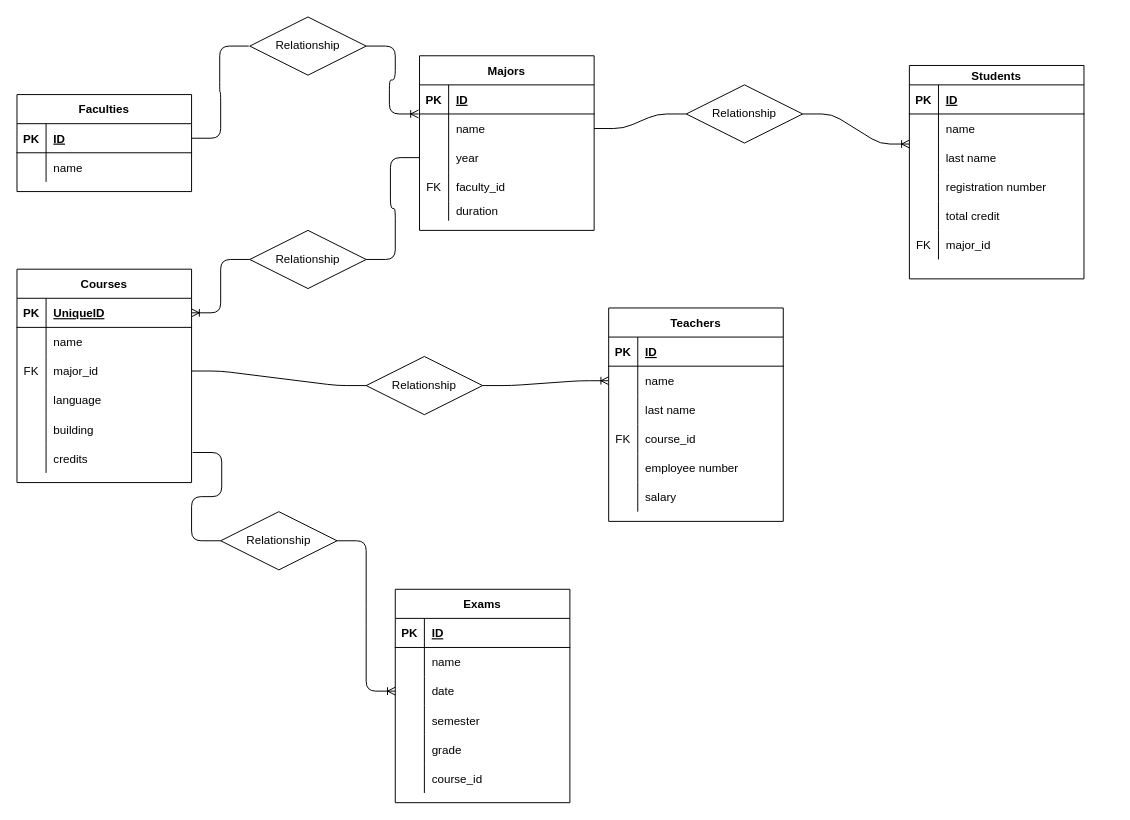
Earlier version of the draw.io diagram db-university.drawio (Gbelda/db-university). Source tidied: cells renumbered, new cells numbered last; positions are measured from the earlier drawing's top-left corner, leaving out a move shared by most shapes. Both pictures are drawn from the tidied source at 97%, with x=0, y=0 at pixel (16, 16).
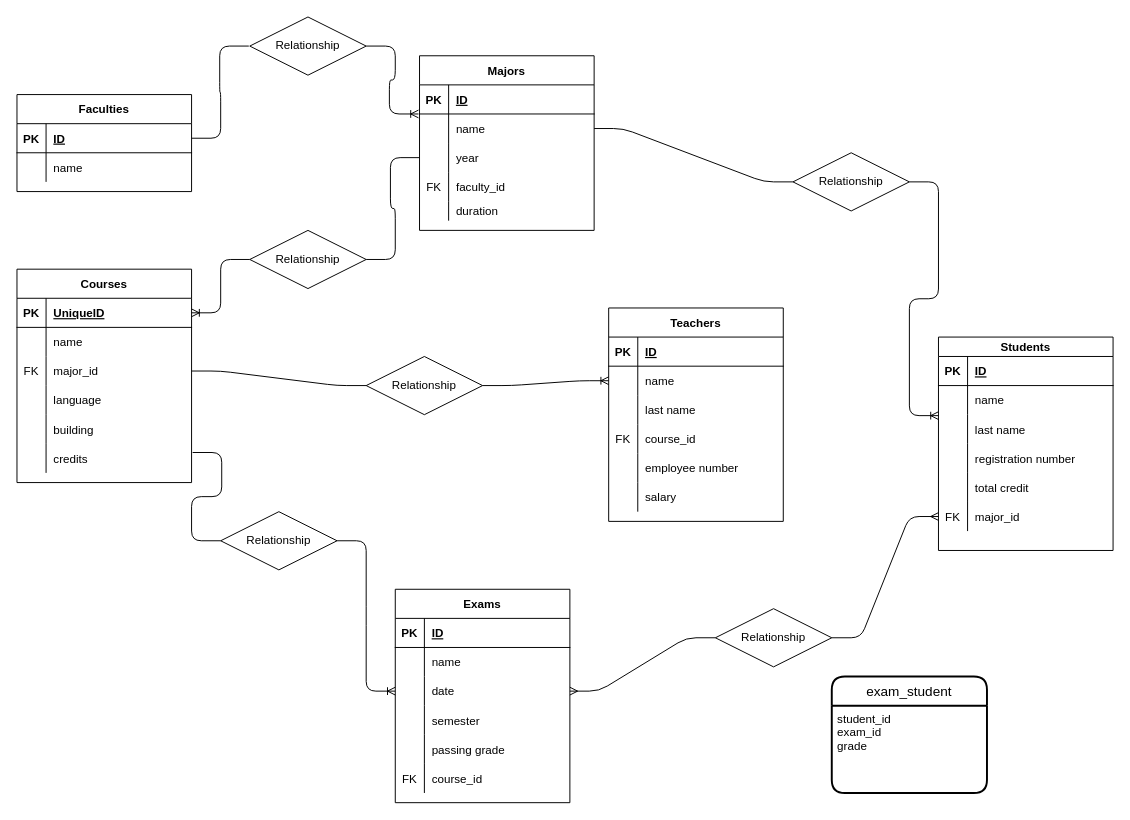
After the change.

Commit message:
connected exams with student as many to many relationship

The change refers to these unchanged cells:
```xml
<mxCell id="18" style="shape=partialRectangle;fillColor=none;top=0;left=0;bottom=0;right=0;points=[[0,0.5],[1,0.5]];portConstraint=eastwest;" parent="2" vertex="1">
  <mxGeometry y="170" width="180" height="30" as="geometry" />
</mxCell>
<mxCell id="89" style="shape=partialRectangle;fillColor=none;top=0;left=0;bottom=0;right=0;points=[[0,0.5],[1,0.5]];portConstraint=eastwest;" parent="82" vertex="1">
  <mxGeometry y="90" width="180" height="30" as="geometry" />
</mxCell>
<mxCell id="95" style="shape=partialRectangle;fillColor=none;top=0;left=0;bottom=0;right=0;" parent="82" vertex="1">
  <mxGeometry y="150" width="180" height="30" as="geometry" />
</mxCell>
<mxCell id="98" style="shape=partialRectangle;fillColor=none;top=0;left=0;bottom=0;right=0;" parent="82" vertex="1">
  <mxGeometry y="180" width="180" height="30" as="geometry" />
</mxCell>
```

The edit, as a diff of the source:
```diff
@@
     <mxCell id="2" value="Students" style="shape=table;startSize=20;childLayout=tableLayout;rowLines=0;fontStyle=1;align=center;" parent="1" vertex="1">
-      <mxGeometry x="920" y="50" width="180" height="220" as="geometry" />
+      <mxGeometry x="950" y="330" width="180" height="220" as="geometry" />
     </mxCell>
@@
-    <mxCell id="97" value="grade" style="shape=partialRectangle;fillColor=none;top=0;left=0;bottom=0;right=0;align=left;spacingLeft=6;overflow=hidden;" parent="95" vertex="1">
+    <mxCell id="97" value="passing grade" style="shape=partialRectangle;fillColor=none;top=0;left=0;bottom=0;right=0;align=left;spacingLeft=6;overflow=hidden;" parent="95" vertex="1">
       <mxGeometry x="30" width="150" height="30" as="geometry" />
     </mxCell>
@@
-    <mxCell id="99" style="shape=partialRectangle;fillColor=none;top=0;left=0;bottom=0;right=0;overflow=hidden;" parent="98" vertex="1">
+    <mxCell id="99" value="FK" style="shape=partialRectangle;fillColor=none;top=0;left=0;bottom=0;right=0;overflow=hidden;" parent="98" vertex="1">
       <mxGeometry width="30" height="30" as="geometry" />
     </mxCell>
@@
     <mxCell id="111" value="Relationship" style="shape=rhombus;perimeter=rhombusPerimeter;whiteSpace=wrap;html=1;align=center;" parent="1" vertex="1">
-      <mxGeometry x="690" y="70" width="120" height="60" as="geometry" />
+      <mxGeometry x="800" y="140" width="120" height="60" as="geometry" />
     </mxCell>
@@
+    <mxCell id="116" style="edgeStyle=entityRelationEdgeStyle;fontSize=12;html=1;endArrow=ERmany;startArrow=none;exitX=1;exitY=0.5;exitDx=0;exitDy=0;entryX=0;entryY=0.5;entryDx=0;entryDy=0;" parent="1" edge="1" source="117" target="18">
+      <mxGeometry relative="1" as="geometry" />
+    </mxCell>
+    <mxCell id="117" value="Relationship" style="shape=rhombus;perimeter=rhombusPerimeter;whiteSpace=wrap;html=1;align=center;" parent="1" vertex="1">
+      <mxGeometry x="720" y="610" width="120" height="60" as="geometry" />
+    </mxCell>
+    <mxCell id="118" style="edgeStyle=entityRelationEdgeStyle;fontSize=12;html=1;endArrow=none;startArrow=ERmany;exitX=1;exitY=0.5;exitDx=0;exitDy=0;entryX=0;entryY=0.5;entryDx=0;entryDy=0;" parent="1" edge="1" source="89" target="117">
+      <mxGeometry relative="1" as="geometry" />
+    </mxCell>
+    <mxCell id="119" value="exam_student" style="swimlane;horizontal=1;startSize=30;rounded=1;fontSize=14;fontStyle=0;strokeWidth=2;shadow=0;dashed=0;align=center;" parent="1" vertex="1">
+      <mxGeometry x="840" y="680" width="160" height="120" as="geometry" />
+    </mxCell>
+    <mxCell id="120" style="edgeStyle=none;html=1;" parent="119" edge="1" source="121" target="119">
+      <mxGeometry relative="1" as="geometry" />
+    </mxCell>
+    <mxCell id="121" value="student_id&#10;exam_id&#10;grade" style="align=left;strokeColor=none;fillColor=none;spacingLeft=4;fontSize=12;verticalAlign=top;" parent="119" vertex="1">
+      <mxGeometry y="30" width="160" height="90" as="geometry" />
+    </mxCell>
```
